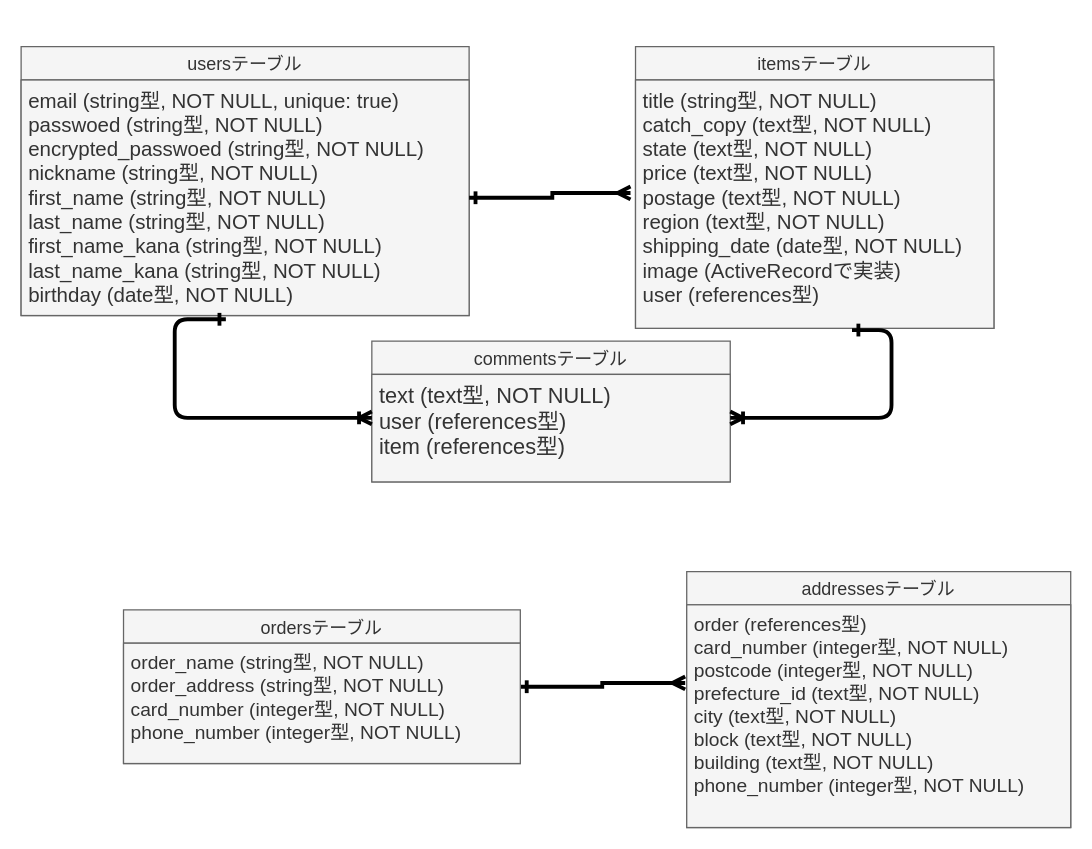
yugotokonami/furima-36388 keeps this draw.io diagram as furima.dio. Above is the earlier version. Source tidied: cells renumbered, new cells numbered last; positions are measured from the earlier drawing's top-left corner, leaving out a move shared by most shapes. Both pictures are drawn from the tidied source at 128%, with x=0, y=0 at pixel (20, 46).
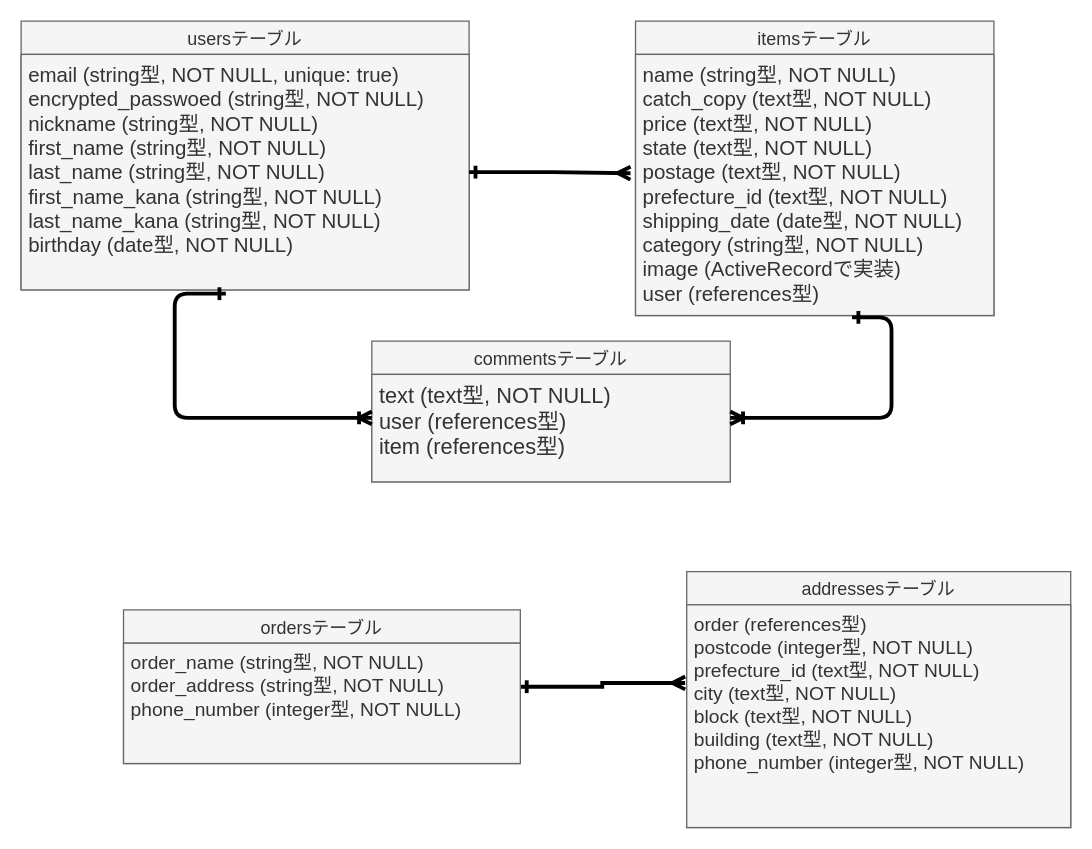
After the change.

Commit message (it also covers changes not shown here):
ER図とREADMEの編集2

What changed in the source:
```diff
@@
 <mxGraphModel>
   <root>
     <mxCell id="0" />
     <mxCell id="1" parent="0" />
     <mxCell id="2" value="usersテーブル" style="swimlane;fontStyle=0;horizontal=1;startSize=26;align=center;fontSize=14;fillColor=#f5f5f5;fontColor=#333333;strokeColor=#666666;" parent="1" vertex="1">
-      <mxGeometry width="350" height="210" as="geometry" />
+      <mxGeometry y="-20" width="350" height="210" as="geometry" />
     </mxCell>
-    <mxCell id="3" value="email (string型, NOT NULL, unique: true)&#10;passwoed (string型, NOT NULL)&#10;encrypted_passwoed (string型, NOT NULL)&#10;nickname (string型, NOT NULL)&#10;first_name (string型, NOT NULL)&#10;last_name (string型, NOT NULL)&#10;first_name_kana (string型, NOT NULL)&#10;last_name_kana (string型, NOT NULL)&#10;birthday (date型, NOT NULL)" style="text;spacingLeft=4;spacingRight=4;overflow=hidden;points=[[0,0.5],[1,0.5]];portConstraint=eastwest;fontSize=16;fillColor=#f5f5f5;strokeColor=#666666;fontColor=#333333;" parent="2" vertex="1">
+    <mxCell id="3" value="email (string型, NOT NULL, unique: true)&#10;encrypted_passwoed (string型, NOT NULL)&#10;nickname (string型, NOT NULL)&#10;first_name (string型, NOT NULL)&#10;last_name (string型, NOT NULL)&#10;first_name_kana (string型, NOT NULL)&#10;last_name_kana (string型, NOT NULL)&#10;birthday (date型, NOT NULL)" style="text;spacingLeft=4;spacingRight=4;overflow=hidden;points=[[0,0.5],[1,0.5]];portConstraint=eastwest;fontSize=16;fillColor=#f5f5f5;strokeColor=#666666;fontColor=#333333;" parent="2" vertex="1">
       <mxGeometry y="26" width="350" height="184" as="geometry" />
     </mxCell>
     <mxCell id="4" value="itemsテーブル" style="swimlane;fontStyle=0;horizontal=1;startSize=26;align=center;fontSize=14;fillColor=#f5f5f5;strokeColor=#666666;fontColor=#333333;" parent="1" vertex="1">
-      <mxGeometry x="480" width="280" height="220" as="geometry" />
+      <mxGeometry x="480" y="-20" width="280" height="230" as="geometry" />
     </mxCell>
-    <mxCell id="5" value="title (string型, NOT NULL)&#10;catch_copy (text型, NOT NULL)&#10;state (text型, NOT NULL)&#10;price (text型, NOT NULL)&#10;postage (text型, NOT NULL)&#10;region (text型, NOT NULL)&#10;shipping_date (date型, NOT NULL)&#10;image (ActiveRecordで実装)&#10;user (references型)" style="text;strokeColor=#666666;fillColor=#f5f5f5;spacingLeft=4;spacingRight=4;overflow=hidden;points=[[0,0.5],[1,0.5]];portConstraint=eastwest;fontSize=16;strokeWidth=1;fontColor=#333333;" parent="4" vertex="1">
-      <mxGeometry y="26" width="280" height="194" as="geometry" />
+    <mxCell id="5" value="name (string型, NOT NULL)&#10;catch_copy (text型, NOT NULL)&#10;price (text型, NOT NULL)&#10;state (text型, NOT NULL)&#10;postage (text型, NOT NULL)&#10;prefecture_id (text型, NOT NULL)&#10;shipping_date (date型, NOT NULL)&#10;category (string型, NOT NULL)&#10;image (ActiveRecordで実装)&#10;user (references型)" style="text;strokeColor=#666666;fillColor=#f5f5f5;spacingLeft=4;spacingRight=4;overflow=hidden;points=[[0,0.5],[1,0.5]];portConstraint=eastwest;fontSize=16;strokeWidth=1;fontColor=#333333;" parent="4" vertex="1">
+      <mxGeometry y="26" width="280" height="204" as="geometry" />
     </mxCell>
     <mxCell id="6" value="commentsテーブル" style="swimlane;fontStyle=0;horizontal=1;startSize=26;align=center;fontSize=14;fillColor=#f5f5f5;strokeColor=#666666;fontColor=#333333;" parent="1" vertex="1">
       <mxGeometry x="274" y="230" width="280" height="110" as="geometry" />
     </mxCell>
     <mxCell id="7" value="text (text型, NOT NULL)&#10;user (references型)&#10;item (references型)" style="text;strokeColor=#666666;fillColor=#f5f5f5;spacingLeft=4;spacingRight=4;overflow=hidden;fontSize=17;fontColor=#333333;" parent="6" vertex="1">
       <mxGeometry y="26" width="280" height="84" as="geometry" />
     </mxCell>
     <mxCell id="8" style="edgeStyle=orthogonalEdgeStyle;rounded=0;jettySize=auto;html=1;exitX=1;exitY=0.5;exitDx=0;exitDy=0;entryX=-0.014;entryY=0.455;entryDx=0;entryDy=0;entryPerimeter=0;fontSize=17;fontColor=#000000;startArrow=ERone;startFill=0;endArrow=ERmany;endFill=0;strokeWidth=3;" parent="1" edge="1" source="3" target="5">
       <mxGeometry relative="1" as="geometry" />
     </mxCell>
     <mxCell id="9" style="edgeStyle=elbowEdgeStyle;fontSize=12;html=1;endArrow=ERoneToMany;fontColor=#000000;strokeWidth=3;exitX=0.457;exitY=1.016;exitDx=0;exitDy=0;exitPerimeter=0;startArrow=ERone;startFill=0;" parent="1" edge="1" source="3">
       <mxGeometry relative="1" as="geometry">
         <mxPoint x="274" y="290" as="targetPoint" />
         <Array as="points">
           <mxPoint x="120" y="230" />
         </Array>
       </mxGeometry>
     </mxCell>
     <mxCell id="10" style="edgeStyle=elbowEdgeStyle;fontSize=12;html=1;endArrow=ERoneToMany;fontColor=#000000;strokeWidth=3;exitX=0.604;exitY=1.007;exitDx=0;exitDy=0;exitPerimeter=0;startArrow=ERone;startFill=0;" parent="1" edge="1" source="5">
       <mxGeometry relative="1" as="geometry">
         <mxPoint x="554" y="290" as="targetPoint" />
         <Array as="points">
           <mxPoint x="680" y="250" />
         </Array>
       </mxGeometry>
     </mxCell>
     <mxCell id="11" style="edgeStyle=elbowEdgeStyle;rounded=0;jettySize=auto;html=1;exitX=1;exitY=0.5;exitDx=0;exitDy=0;entryX=-0.004;entryY=0.351;entryDx=0;entryDy=0;entryPerimeter=0;fontSize=15;fontColor=#000000;startArrow=ERone;startFill=0;endArrow=ERmany;endFill=0;strokeWidth=3;" parent="1" edge="1" source="12" target="15">
       <mxGeometry relative="1" as="geometry" />
     </mxCell>
     <mxCell id="12" value="ordersテーブル" style="swimlane;fontStyle=0;horizontal=1;startSize=26;align=center;fontSize=14;fontColor=#333333;strokeWidth=1;fillColor=#f5f5f5;strokeColor=#666666;" parent="1" vertex="1">
       <mxGeometry x="80" y="440" width="310" height="120" as="geometry" />
     </mxCell>
-    <mxCell id="13" value="order_name (string型, NOT NULL)&#10;order_address (string型, NOT NULL)&#10;card_number (integer型, NOT NULL)&#10;phone_number (integer型, NOT NULL)" style="text;strokeColor=#666666;fillColor=#f5f5f5;spacingLeft=4;spacingRight=4;overflow=hidden;fontSize=15;align=left;verticalAlign=top;fontColor=#333333;" parent="12" vertex="1">
+    <mxCell id="13" value="order_name (string型, NOT NULL)&#10;order_address (string型, NOT NULL)&#10;phone_number (integer型, NOT NULL)" style="text;strokeColor=#666666;fillColor=#f5f5f5;spacingLeft=4;spacingRight=4;overflow=hidden;fontSize=15;align=left;verticalAlign=top;fontColor=#333333;" parent="12" vertex="1">
       <mxGeometry y="26" width="310" height="94" as="geometry" />
     </mxCell>
     <mxCell id="14" value="addressesテーブル" style="swimlane;fontStyle=0;horizontal=1;startSize=26;align=center;fontSize=14;fontColor=#333333;strokeWidth=1;fillColor=#f5f5f5;strokeColor=#666666;" parent="1" vertex="1">
       <mxGeometry x="520" y="410" width="300" height="200" as="geometry" />
     </mxCell>
-    <mxCell id="15" value="order (references型)&#10;card_number (integer型, NOT NULL)&#10;postcode (integer型, NOT NULL)&#10;prefecture_id (text型, NOT NULL)&#10;city (text型, NOT NULL)&#10;block (text型, NOT NULL)&#10;building (text型, NOT NULL)&#10;phone_number (integer型, NOT NULL)" style="text;strokeColor=#666666;fillColor=#f5f5f5;spacingLeft=4;spacingRight=4;overflow=hidden;points=[[0,0.5],[1,0.5]];portConstraint=eastwest;fontSize=15;align=left;verticalAlign=top;fontColor=#333333;" parent="14" vertex="1">
+    <mxCell id="15" value="order (references型)&#10;postcode (integer型, NOT NULL)&#10;prefecture_id (text型, NOT NULL)&#10;city (text型, NOT NULL)&#10;block (text型, NOT NULL)&#10;building (text型, NOT NULL)&#10;phone_number (integer型, NOT NULL)" style="text;strokeColor=#666666;fillColor=#f5f5f5;spacingLeft=4;spacingRight=4;overflow=hidden;points=[[0,0.5],[1,0.5]];portConstraint=eastwest;fontSize=15;align=left;verticalAlign=top;fontColor=#333333;" parent="14" vertex="1">
       <mxGeometry y="26" width="300" height="174" as="geometry" />
     </mxCell>
   </root>
 </mxGraphModel>
```
